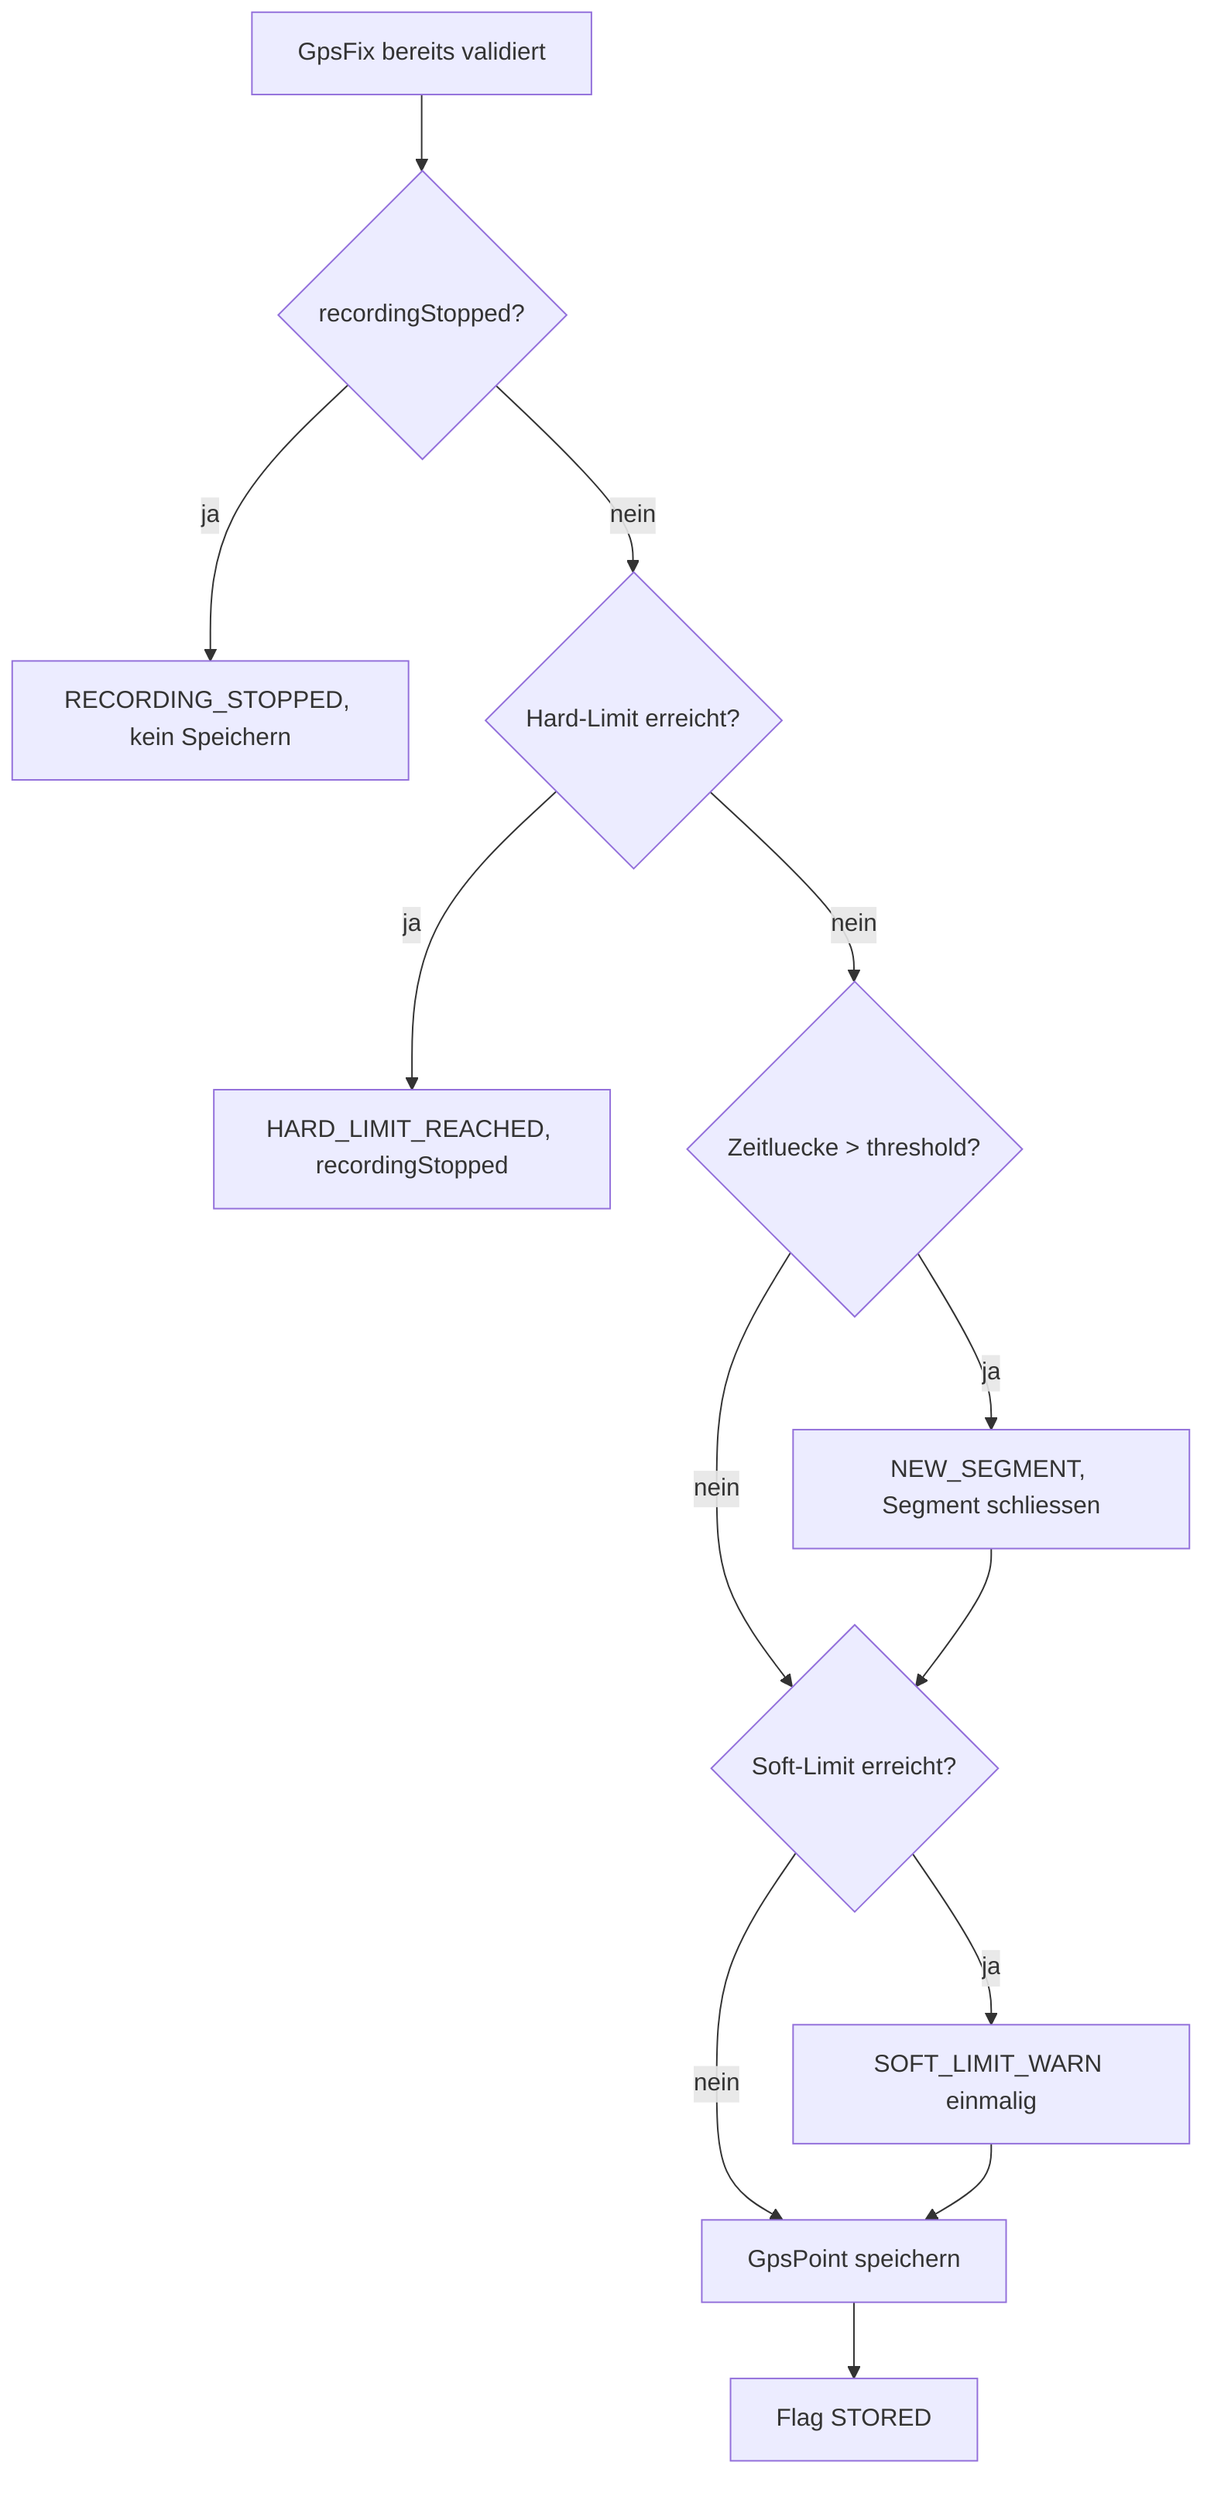
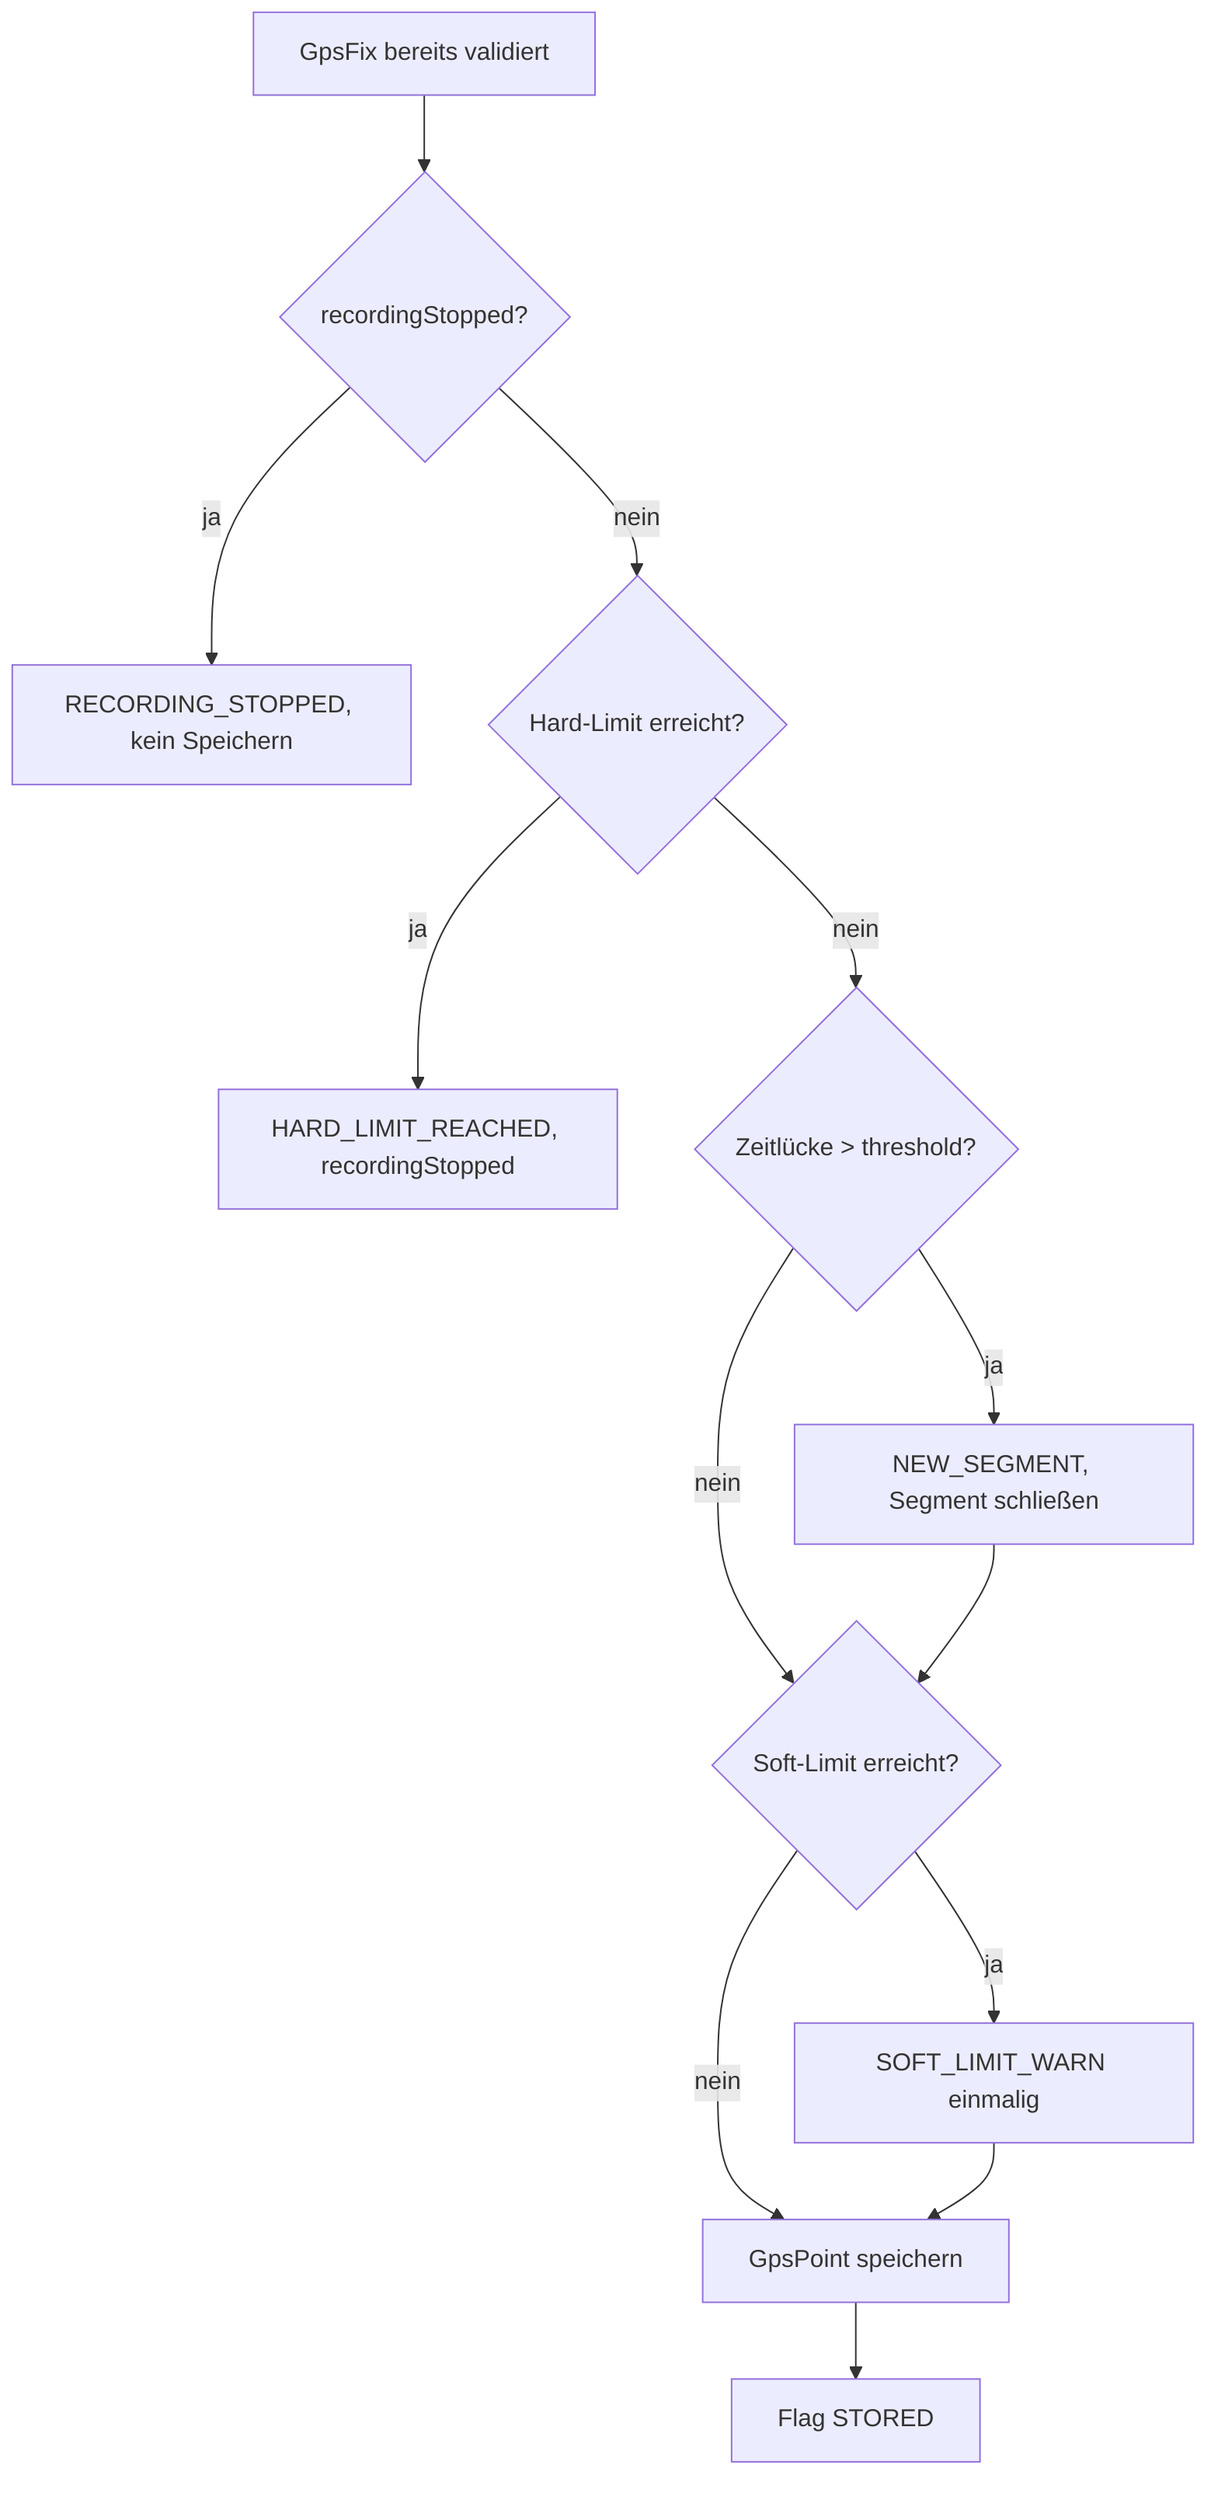
flowchart TD
  fix["GpsFix bereits validiert"] --> stopped{"recordingStopped?"}
  stopped -->|ja| skip["RECORDING_STOPPED, kein Speichern"]
  stopped -->|nein| hard{"Hard-Limit erreicht?"}
  hard -->|ja| stop["HARD_LIMIT_REACHED, recordingStopped"]
-   hard -->|nein| seg{"Zeitluecke > threshold?"}
-   seg -->|ja| newSeg["NEW_SEGMENT, Segment schliessen"]
+   hard -->|nein| seg{"Zeitlücke &gt; threshold?"}
+   seg -->|ja| newSeg["NEW_SEGMENT, Segment schließen"]
  seg -->|nein| softQ{"Soft-Limit erreicht?"}
  newSeg --> softQ
  softQ -->|ja| soft["SOFT_LIMIT_WARN einmalig"]
  softQ -->|nein| store["GpsPoint speichern"]
  soft --> store
  store --> flag["Flag STORED"]
